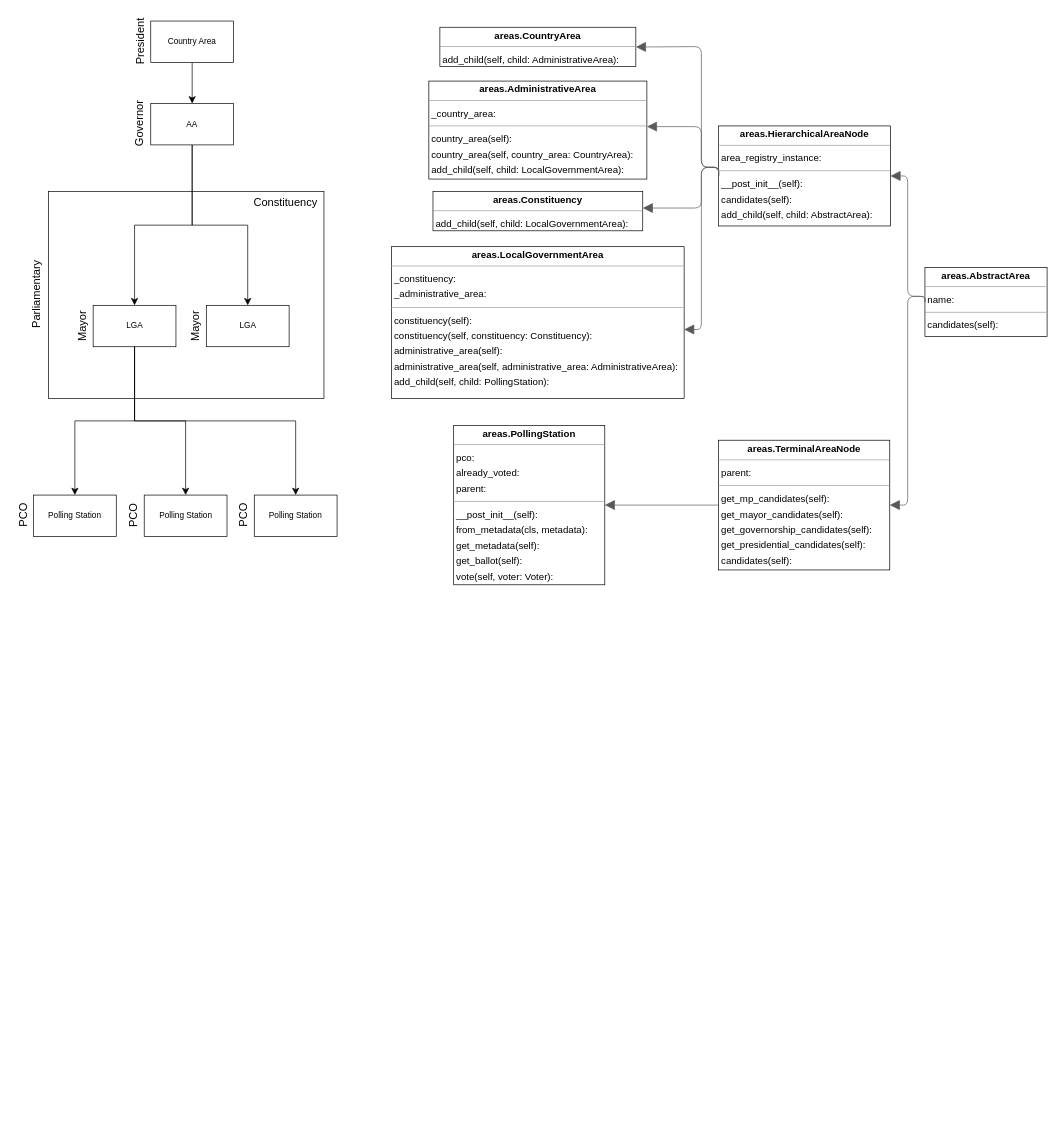
This is area_with_class (1).drawio from jfgphillips/drawio, a draw.io file, before an edit. Source tidied: cells renumbered, new cells numbered last; positions are measured from the earlier drawing's top-left corner, leaving out a move shared by most shapes. Both pictures are drawn from the tidied source at 69%, with x=0, y=0 at pixel (-4, 12).
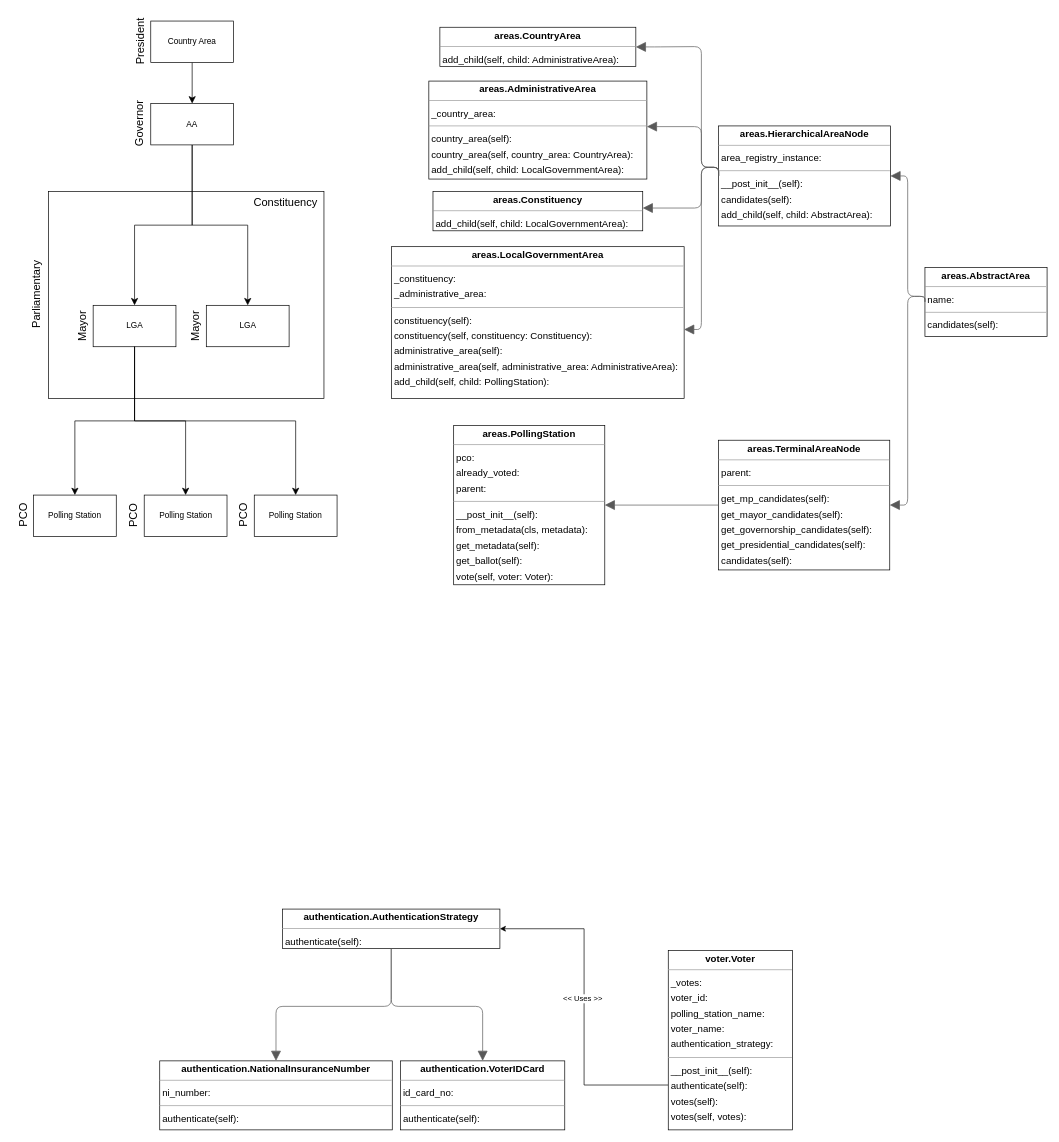
The same page after the edit.

The edit, as a diff of the source:
```diff
@@
+    <mxCell id="47" style="edgeStyle=orthogonalEdgeStyle;rounded=0;jettySize=auto;html=1;entryX=0;entryY=0.75;entryDx=0;entryDy=0;startArrow=classic;startFill=1;endArrow=none;endFill=0;" parent="1" edge="1" source="49" target="52">
+      <mxGeometry relative="1" as="geometry" />
+    </mxCell>
+    <mxCell id="48" value="&amp;lt;&amp;lt; Uses &amp;gt;&amp;gt;" style="edgeLabel;html=1;align=center;verticalAlign=middle;" parent="47" vertex="1">
+      <mxGeometry x="-0.05" y="-3" relative="1" as="geometry" />
+    </mxCell>
+    <mxCell id="49" value="&lt;p style=&quot;margin:0px;margin-top:4px;text-align:center;&quot;&gt;&lt;b&gt;authentication.AuthenticationStrategy&lt;/b&gt;&lt;/p&gt;&lt;hr size=&quot;1&quot;/&gt;&lt;p style=&quot;margin:0 0 0 4px;line-height:1.6;&quot;&gt; authenticate(self): &lt;/p&gt;" style="verticalAlign=top;align=left;overflow=fill;fontSize=14;fontFamily=Helvetica;html=1;rounded=0;shadow=0;comic=0;labelBackgroundColor=none;strokeWidth=1;" parent="1" vertex="1">
+      <mxGeometry x="415" y="1300" width="315" height="57" as="geometry" />
+    </mxCell>
+    <mxCell id="50" value="&lt;p style=&quot;margin:0px;margin-top:4px;text-align:center;&quot;&gt;&lt;b&gt;authentication.NationalInsuranceNumber&lt;/b&gt;&lt;/p&gt;&lt;hr size=&quot;1&quot;/&gt;&lt;p style=&quot;margin:0 0 0 4px;line-height:1.6;&quot;&gt; ni_number: &lt;/p&gt;&lt;hr size=&quot;1&quot;/&gt;&lt;p style=&quot;margin:0 0 0 4px;line-height:1.6;&quot;&gt; authenticate(self): &lt;/p&gt;" style="verticalAlign=top;align=left;overflow=fill;fontSize=14;fontFamily=Helvetica;html=1;rounded=0;shadow=0;comic=0;labelBackgroundColor=none;strokeWidth=1;" parent="1" vertex="1">
+      <mxGeometry x="237" y="1520" width="337" height="100" as="geometry" />
+    </mxCell>
+    <mxCell id="51" value="&lt;p style=&quot;margin:0px;margin-top:4px;text-align:center;&quot;&gt;&lt;b&gt;authentication.VoterIDCard&lt;/b&gt;&lt;/p&gt;&lt;hr size=&quot;1&quot;/&gt;&lt;p style=&quot;margin:0 0 0 4px;line-height:1.6;&quot;&gt; id_card_no: &lt;/p&gt;&lt;hr size=&quot;1&quot;/&gt;&lt;p style=&quot;margin:0 0 0 4px;line-height:1.6;&quot;&gt; authenticate(self): &lt;/p&gt;" style="verticalAlign=top;align=left;overflow=fill;fontSize=14;fontFamily=Helvetica;html=1;rounded=0;shadow=0;comic=0;labelBackgroundColor=none;strokeWidth=1;" parent="1" vertex="1">
+      <mxGeometry x="586" y="1520" width="238" height="100" as="geometry" />
+    </mxCell>
+    <mxCell id="52" value="&lt;p style=&quot;margin:0px;margin-top:4px;text-align:center;&quot;&gt;&lt;b&gt;voter.Voter&lt;/b&gt;&lt;/p&gt;&lt;hr size=&quot;1&quot;&gt;&lt;p style=&quot;margin:0 0 0 4px;line-height:1.6;&quot;&gt; _votes: &lt;br&gt; voter_id: &lt;br&gt; polling_station_name: &lt;br&gt; voter_name: &lt;br&gt; authentication_strategy:&lt;br&gt;&lt;/p&gt;&lt;hr size=&quot;1&quot;&gt;&lt;p style=&quot;margin:0 0 0 4px;line-height:1.6;&quot;&gt; __post_init__(self): &lt;br&gt; authenticate(self): &lt;br&gt; votes(self): &lt;br&gt; votes(self, votes): &lt;/p&gt;" style="verticalAlign=top;align=left;overflow=fill;fontSize=14;fontFamily=Helvetica;html=1;rounded=0;shadow=0;comic=0;labelBackgroundColor=none;strokeWidth=1;" parent="1" vertex="1">
+      <mxGeometry x="974" y="1360" width="180" height="260" as="geometry" />
+    </mxCell>
+    <mxCell id="53" style="html=1;rounded=1;edgeStyle=orthogonalEdgeStyle;dashed=0;startArrow=block;startSize=12;endArrow=none;strokeColor=#595959;exitX=0.5;exitY=0;exitDx=0;exitDy=0;entryX=0.500;entryY=1.001;entryDx=0;entryDy=0;" parent="1" edge="1" source="50" target="49">
+      <mxGeometry relative="1" as="geometry">
+        <Array as="points">
+          <mxPoint x="406" y="1441" />
+          <mxPoint x="573" y="1441" />
+        </Array>
+      </mxGeometry>
+    </mxCell>
+    <mxCell id="54" style="html=1;rounded=1;edgeStyle=orthogonalEdgeStyle;dashed=0;startArrow=block;startSize=12;endArrow=none;strokeColor=#595959;entryX=0.500;entryY=1.001;entryDx=0;entryDy=0;exitX=0.5;exitY=0;exitDx=0;exitDy=0;" parent="1" edge="1" source="51" target="49">
+      <mxGeometry relative="1" as="geometry">
+        <Array as="points">
+          <mxPoint x="705" y="1441" />
+          <mxPoint x="573" y="1441" />
+        </Array>
+      </mxGeometry>
+    </mxCell>
```
